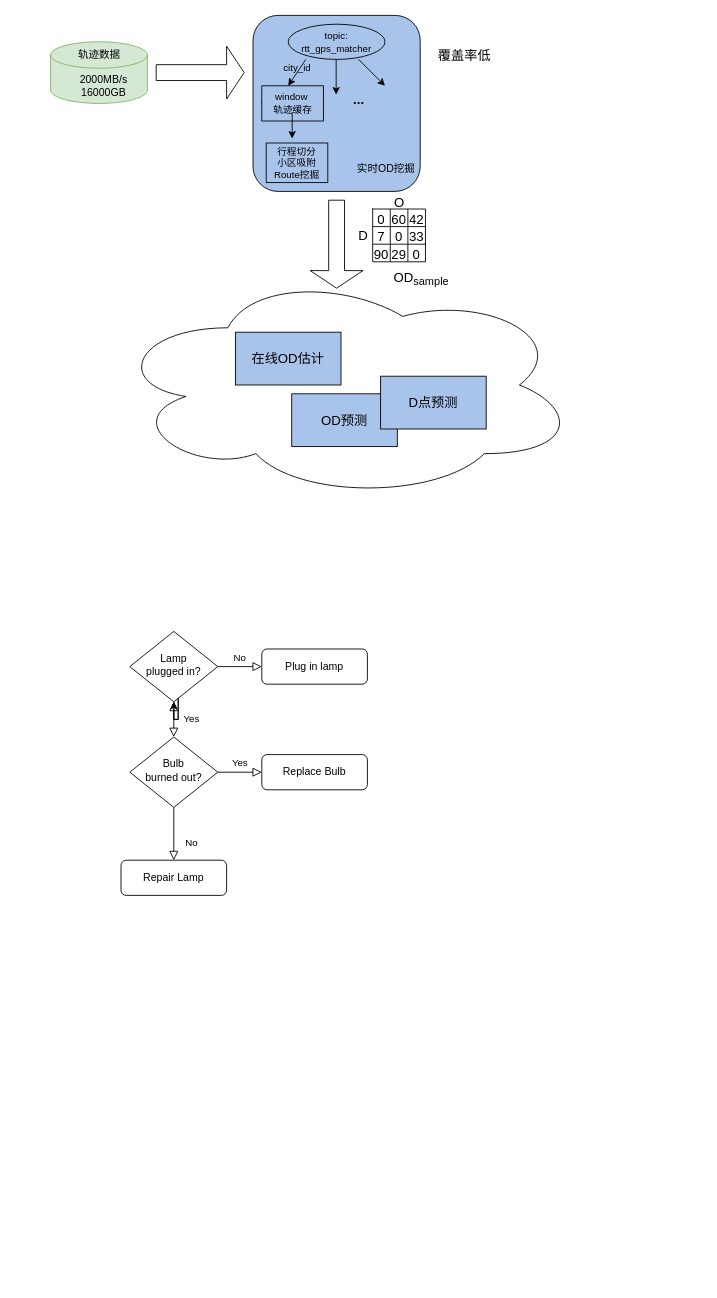
The draw.io diagram 未命名绘图.drawio in Launche/traffic-simulation, before the edit. Source tidied: cells renumbered, new cells numbered last; positions are measured from the earlier drawing's top-left corner, leaving out a move shared by most shapes. Both pictures are drawn from the tidied source at 88%, with x=0, y=0 at pixel (50, 15). Pictures stored in the file or linked from it are replaced by grey dashed boxes.
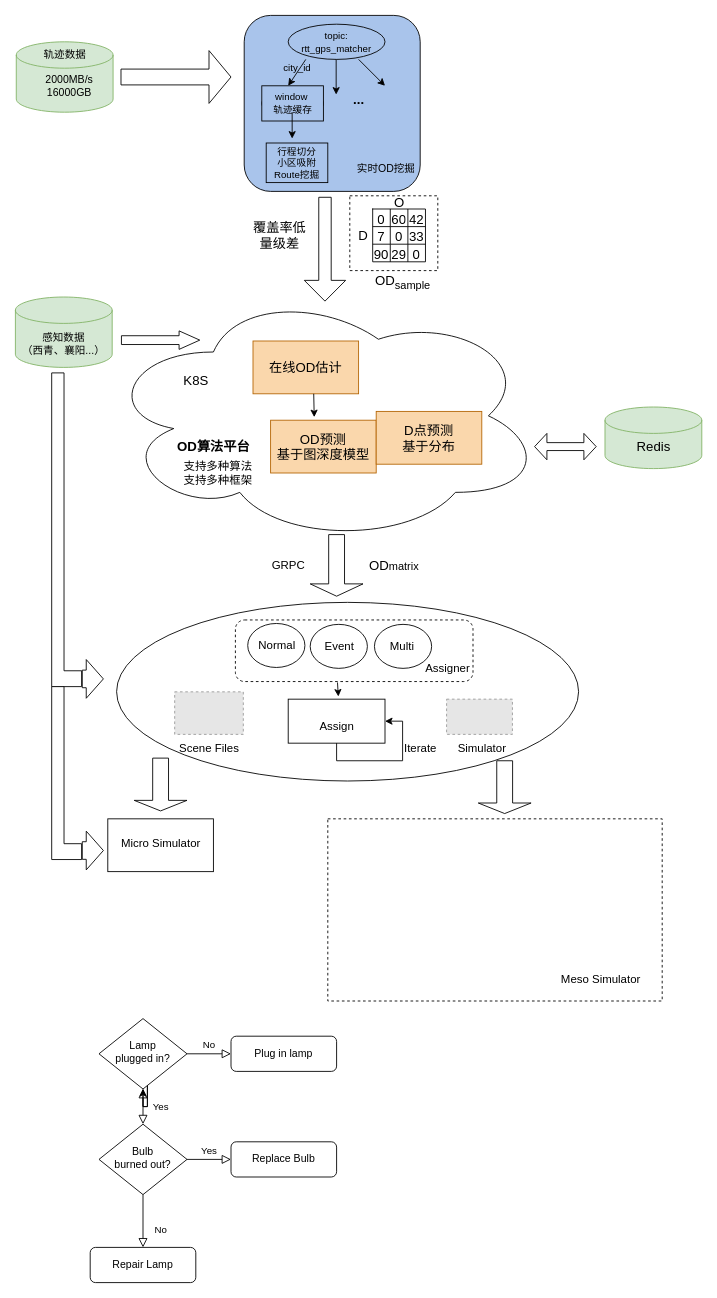
Above is the later version.

Commit message (it also covers changes not shown here):
更新未命名绘图.drawio

Change to the diagram source:
```diff
@@
+    <mxCell id="51" style="ellipse;whiteSpace=wrap;html=1;fontSize=13;strokeColor=default;fillColor=#FFFFFF;" parent="1" vertex="1">
+      <mxGeometry x="75" y="667" width="525" height="203" as="geometry" />
+    </mxCell>
+    <mxCell id="52" style="rounded=1;whiteSpace=wrap;html=1;fontSize=13;strokeColor=default;fillColor=#FFFFFF;dashed=1;" parent="1" vertex="1">
+      <mxGeometry x="210" y="687" width="270" height="70" as="geometry" />
+    </mxCell>
+    <mxCell id="53" style="whiteSpace=wrap;html=1;fontSize=15;strokeColor=default;fillColor=#FFFFFF;dashed=1;" parent="1" vertex="1">
+      <mxGeometry x="340" y="205" width="100" height="85" as="geometry" />
+    </mxCell>
     <mxCell id="2" style="rounded=0;html=1;jettySize=auto;fontSize=11;endArrow=block;endFill=0;endSize=8;strokeWidth=1;shadow=0;labelBackgroundColor=none;edgeStyle=orthogonalEdgeStyle;" parent="1" edge="1" target="6">
       <mxGeometry relative="1" as="geometry">
-        <mxPoint x="165" y="750" as="sourcePoint" />
+        <mxPoint x="130" y="1190" as="sourcePoint" />
       </mxGeometry>
     </mxCell>
     <mxCell id="3" style="edgeStyle=orthogonalEdgeStyle;rounded=0;jettySize=auto;html=1;" parent="1" edge="1" target="6">
       <mxGeometry relative="1" as="geometry">
-        <mxPoint x="165" y="750" as="sourcePoint" />
+        <mxPoint x="130" y="1190" as="sourcePoint" />
       </mxGeometry>
     </mxCell>
@@
     <mxCell id="6" value="Lamp&lt;br&gt;plugged in?" style="rhombus;whiteSpace=wrap;html=1;shadow=0;fontFamily=Helvetica;fontSize=12;align=center;strokeWidth=1;spacing=6;spacingTop=-4;" parent="1" vertex="1">
-      <mxGeometry x="90" y="700" width="100" height="80" as="geometry" />
+      <mxGeometry x="55" y="1140" width="100" height="80" as="geometry" />
     </mxCell>
     <mxCell id="7" value="Plug in lamp" style="rounded=1;whiteSpace=wrap;html=1;fontSize=12;glass=0;strokeWidth=1;shadow=0;" parent="1" vertex="1">
-      <mxGeometry x="240" y="720" width="120" height="40" as="geometry" />
+      <mxGeometry x="205" y="1160" width="120" height="40" as="geometry" />
     </mxCell>
@@
     <mxCell id="10" value="Bulb&lt;br&gt;burned out?" style="rhombus;whiteSpace=wrap;html=1;shadow=0;fontFamily=Helvetica;fontSize=12;align=center;strokeWidth=1;spacing=6;spacingTop=-4;" parent="1" vertex="1">
-      <mxGeometry x="90" y="820" width="100" height="80" as="geometry" />
+      <mxGeometry x="55" y="1260" width="100" height="80" as="geometry" />
     </mxCell>
     <mxCell id="11" value="Repair Lamp" style="rounded=1;whiteSpace=wrap;html=1;fontSize=12;glass=0;strokeWidth=1;shadow=0;" parent="1" vertex="1">
-      <mxGeometry x="80" y="960" width="120" height="40" as="geometry" />
+      <mxGeometry x="45" y="1400" width="120" height="40" as="geometry" />
     </mxCell>
     <mxCell id="12" value="Replace Bulb" style="rounded=1;whiteSpace=wrap;html=1;fontSize=12;glass=0;strokeWidth=1;shadow=0;" parent="1" vertex="1">
-      <mxGeometry x="240" y="840" width="120" height="40" as="geometry" />
+      <mxGeometry x="205" y="1280" width="120" height="40" as="geometry" />
     </mxCell>
     <mxCell id="13" style="ellipse;shape=cloud;whiteSpace=wrap;html=1;" parent="1" vertex="1">
-      <mxGeometry x="69" y="290" width="530" height="260" as="geometry" />
+      <mxGeometry x="60" y="310" width="500" height="290" as="geometry" />
     </mxCell>
     <mxCell id="14" style="shape=cylinder3;whiteSpace=wrap;html=1;boundedLbl=1;backgroundOutline=1;size=15;fillColor=#d5e8d4;strokeColor=#82b366;" parent="1" vertex="1">
-      <mxGeometry y="30" width="110" height="70" as="geometry" />
+      <mxGeometry x="-39" y="30" width="110" height="80" as="geometry" />
     </mxCell>
     <mxCell id="15" value="&lt;br&gt;&lt;span style=&quot;background-color: initial;&quot;&gt;2000MB/s &lt;br&gt;16000GB&lt;/span&gt;&lt;div&gt;&lt;br&gt;&lt;/div&gt;" style="text;html=1;align=center;verticalAlign=middle;strokeColor=none;fillColor=none;" parent="1" vertex="1">
-      <mxGeometry x="20" y="45" width="80" height="70" as="geometry" />
+      <mxGeometry x="-19" y="45" width="80" height="70" as="geometry" />
     </mxCell>
     <mxCell id="16" value="轨迹数据" style="text;html=1;align=center;verticalAlign=middle;strokeColor=none;fillColor=none;" parent="1" vertex="1">
-      <mxGeometry x="20" y="30" width="70" height="30" as="geometry" />
+      <mxGeometry x="-19" y="30" width="70" height="30" as="geometry" />
     </mxCell>
-    <mxCell id="17" style="shape=singleArrow;whiteSpace=wrap;html=1;" parent="1" vertex="1">
-      <mxGeometry x="120" y="35" width="100" height="60" as="geometry" />
-    </mxCell>
     <mxCell id="18" style="rounded=1;whiteSpace=wrap;html=1;fillColor=#A9C4EB;" parent="1" vertex="1">
-      <mxGeometry x="230" width="190" height="200" as="geometry" />
+      <mxGeometry x="220" width="200" height="200" as="geometry" />
     </mxCell>
@@
     <mxCell id="30" style="shape=singleArrow;whiteSpace=wrap;html=1;rotation=90;" parent="1" vertex="1">
-      <mxGeometry x="275" y="230" width="100" height="60" as="geometry" />
+      <mxGeometry x="252.8" y="242.2" width="118" height="47" as="geometry" />
     </mxCell>
-    <mxCell id="31" value="在线OD估计" style="whiteSpace=wrap;html=1;fontSize=15;strokeColor=default;fillColor=#A9C4EB;" parent="1" vertex="1">
-      <mxGeometry x="210" y="360" width="120" height="60" as="geometry" />
+    <mxCell id="31" value="在线OD估计" style="whiteSpace=wrap;html=1;fontSize=15;strokeColor=#b46504;fillColor=#fad7ac;" parent="1" vertex="1">
+      <mxGeometry x="230" y="370" width="120" height="60" as="geometry" />
     </mxCell>
@@
-    <mxCell id="47" value="OD预测" style="whiteSpace=wrap;html=1;fontSize=15;strokeColor=default;fillColor=#A9C4EB;" parent="1" vertex="1">
-      <mxGeometry x="274" y="430" width="120" height="60" as="geometry" />
+    <mxCell id="47" value="OD预测&lt;br&gt;基于图深度模型" style="whiteSpace=wrap;html=1;fontSize=15;strokeColor=#b46504;fillColor=#fad7ac;" parent="1" vertex="1">
+      <mxGeometry x="250" y="460" width="120" height="60" as="geometry" />
     </mxCell>
-    <mxCell id="48" value="D点预测" style="whiteSpace=wrap;html=1;fontSize=15;strokeColor=default;fillColor=#A9C4EB;" parent="1" vertex="1">
-      <mxGeometry x="375" y="410" width="120" height="60" as="geometry" />
+    <mxCell id="48" value="D点预测&lt;br&gt;基于分布" style="whiteSpace=wrap;html=1;fontSize=15;strokeColor=#b46504;fillColor=#fad7ac;" parent="1" vertex="1">
+      <mxGeometry x="370" y="450" width="120" height="60" as="geometry" />
     </mxCell>
-    <mxCell id="49" value="覆盖率低" style="text;html=1;align=center;verticalAlign=middle;strokeColor=none;fillColor=none;fontSize=15;" parent="1" vertex="1">
-      <mxGeometry x="430" y="30" width="80" height="30" as="geometry" />
+    <mxCell id="49" value="覆盖率低&lt;br&gt;量级差" style="text;html=1;align=center;verticalAlign=middle;strokeColor=none;fillColor=none;fontSize=15;" parent="1" vertex="1">
+      <mxGeometry x="220" y="225" width="80" height="50" as="geometry" />
     </mxCell>
     <mxCell id="50" value="OD&lt;sub&gt;sample&lt;/sub&gt;" style="text;html=1;align=center;verticalAlign=middle;strokeColor=none;fillColor=none;fontSize=15;" parent="1" vertex="1">
-      <mxGeometry x="376" y="284" width="90" height="30" as="geometry" />
+      <mxGeometry x="355" y="288" width="90" height="30" as="geometry" />
     </mxCell>
+    <mxCell id="54" style="endArrow=classic;html=1;rounded=0;fontSize=15;entryX=0.413;entryY=-0.058;entryDx=0;entryDy=0;entryPerimeter=0;" parent="1" edge="1" target="47">
+      <mxGeometry relative="1" as="geometry">
+        <mxPoint x="299" y="430" as="sourcePoint" />
+      </mxGeometry>
+    </mxCell>
+    <mxCell id="55" value="&lt;font style=&quot;&quot;&gt;&lt;font style=&quot;font-size: 15px;&quot;&gt;&lt;b&gt;OD算法平台&lt;/b&gt;&lt;/font&gt;&lt;br&gt;&lt;/font&gt;" style="text;html=1;align=center;verticalAlign=middle;strokeColor=none;fillColor=none;" parent="1" vertex="1">
+      <mxGeometry x="130" y="475" width="110" height="30" as="geometry" />
+    </mxCell>
+    <mxCell id="56" value="K8S" style="text;html=1;align=center;verticalAlign=middle;strokeColor=none;fillColor=none;fontSize=15;" parent="1" vertex="1">
+      <mxGeometry x="140" y="400" width="50" height="30" as="geometry" />
+    </mxCell>
+    <mxCell id="57" style="shape=doubleArrow;whiteSpace=wrap;html=1;fontSize=14;strokeColor=default;fillColor=#FFFFFF;" parent="1" vertex="1">
+      <mxGeometry x="550" y="475" width="70" height="30" as="geometry" />
+    </mxCell>
+    <mxCell id="58" style="shape=cylinder3;whiteSpace=wrap;html=1;boundedLbl=1;backgroundOutline=1;size=15;fillColor=#d5e8d4;strokeColor=#82b366;" parent="1" vertex="1">
+      <mxGeometry x="630" y="445" width="110" height="70" as="geometry" />
+    </mxCell>
+    <mxCell id="59" value="&lt;font style=&quot;font-size: 15px;&quot;&gt;Redis&lt;/font&gt;" style="text;html=1;align=center;verticalAlign=middle;strokeColor=none;fillColor=none;fontSize=14;" parent="1" vertex="1">
+      <mxGeometry x="655" y="475" width="60" height="30" as="geometry" />
+    </mxCell>
+    <mxCell id="60" style="shape=singleArrow;whiteSpace=wrap;html=1;fontSize=15;strokeColor=default;fillColor=#FFFFFF;" parent="1" vertex="1">
+      <mxGeometry x="80" y="40" width="125" height="60" as="geometry" />
+    </mxCell>
+    <mxCell id="61" style="shape=singleArrow;direction=south;whiteSpace=wrap;html=1;fontSize=15;strokeColor=default;fillColor=#FFFFFF;" parent="1" vertex="1">
+      <mxGeometry x="295" y="590" width="60" height="70" as="geometry" />
+    </mxCell>
+    <mxCell id="62" value="&lt;font style=&quot;font-size: 13px;&quot;&gt;支持多种算法&lt;br style=&quot;&quot;&gt;支持多种框架&lt;/font&gt;" style="text;html=1;align=center;verticalAlign=middle;strokeColor=none;fillColor=none;fontSize=12;" parent="1" vertex="1">
+      <mxGeometry x="140" y="500" width="100" height="40" as="geometry" />
+    </mxCell>
+    <mxCell id="63" value="GRPC" style="text;html=1;align=center;verticalAlign=middle;strokeColor=none;fillColor=none;fontSize=13;" parent="1" vertex="1">
+      <mxGeometry x="240" y="610" width="60" height="30" as="geometry" />
+    </mxCell>
+    <mxCell id="64" value="OD&lt;span style=&quot;font-size: 12.5px;&quot;&gt;matrix&lt;/span&gt;" style="text;html=1;align=center;verticalAlign=middle;strokeColor=none;fillColor=none;fontSize=15;" parent="1" vertex="1">
+      <mxGeometry x="350" y="610" width="80" height="30" as="geometry" />
+    </mxCell>
+    <mxCell id="65" style="ellipse;whiteSpace=wrap;html=1;fontSize=13;strokeColor=default;fillColor=#FFFFFF;" parent="1" vertex="1">
+      <mxGeometry x="224" y="691" width="65" height="50" as="geometry" />
+    </mxCell>
+    <mxCell id="66" value="Normal" style="text;html=1;align=center;verticalAlign=middle;strokeColor=none;fillColor=none;fontSize=13;" parent="1" vertex="1">
+      <mxGeometry x="221.5" y="701" width="70" height="30" as="geometry" />
+    </mxCell>
+    <mxCell id="67" style="ellipse;whiteSpace=wrap;html=1;fontSize=13;strokeColor=default;fillColor=#FFFFFF;" parent="1" vertex="1">
+      <mxGeometry x="295" y="692" width="65" height="50" as="geometry" />
+    </mxCell>
+    <mxCell id="68" value="Event" style="text;html=1;align=center;verticalAlign=middle;strokeColor=none;fillColor=none;fontSize=13;" parent="1" vertex="1">
+      <mxGeometry x="297.5" y="702" width="60" height="30" as="geometry" />
+    </mxCell>
+    <mxCell id="69" style="ellipse;whiteSpace=wrap;html=1;fontSize=13;strokeColor=default;fillColor=#FFFFFF;" parent="1" vertex="1">
+      <mxGeometry x="368" y="692" width="65" height="50" as="geometry" />
+    </mxCell>
+    <mxCell id="70" value="Multi&amp;nbsp;" style="text;html=1;align=center;verticalAlign=middle;strokeColor=none;fillColor=none;fontSize=13;" parent="1" vertex="1">
+      <mxGeometry x="375.5" y="702" width="50" height="30" as="geometry" />
+    </mxCell>
+    <mxCell id="71" value="Assigner" style="text;html=1;align=center;verticalAlign=middle;strokeColor=none;fillColor=none;fontSize=13;" parent="1" vertex="1">
+      <mxGeometry x="416" y="727" width="70" height="30" as="geometry" />
+    </mxCell>
+    <mxCell id="72" style="whiteSpace=wrap;html=1;fontSize=13;strokeColor=default;fillColor=#FFFFFF;" parent="1" vertex="1">
+      <mxGeometry x="270" y="777" width="110" height="50" as="geometry" />
+    </mxCell>
+    <mxCell id="73" style="whiteSpace=wrap;html=1;fontSize=13;strokeColor=default;fillColor=#FFFFFF;" parent="1" vertex="1">
+      <mxGeometry x="65" y="913" width="120" height="60" as="geometry" />
+    </mxCell>
+    <mxCell id="74" value="Assign" style="text;html=1;align=center;verticalAlign=middle;strokeColor=none;fillColor=none;fontSize=13;" parent="1" vertex="1">
+      <mxGeometry x="295" y="792" width="60" height="30" as="geometry" />
+    </mxCell>
+    <mxCell id="75" style="edgeStyle=orthogonalEdgeStyle;rounded=0;orthogonalLoop=1;jettySize=auto;html=1;exitX=0.5;exitY=1;exitDx=0;exitDy=0;entryX=1;entryY=0.5;entryDx=0;entryDy=0;fontSize=13;" parent="1" edge="1" source="72" target="72">
+      <mxGeometry relative="1" as="geometry" />
+    </mxCell>
+    <mxCell id="76" value="Iterate" style="text;html=1;align=center;verticalAlign=middle;strokeColor=none;fillColor=none;fontSize=13;" parent="1" vertex="1">
+      <mxGeometry x="390" y="817" width="60" height="30" as="geometry" />
+    </mxCell>
+    <mxCell id="77" style="fillColor=#E6E6E6;strokeColor=#999999;dashed=1;verticalLabelPosition=bottom;labelBackgroundColor=default;verticalAlign=top;" parent="1" vertex="1">
+      <mxGeometry x="141" y="768.7" width="78" height="48.3" as="geometry" />
+    </mxCell>
+    <mxCell id="78" style="fillColor=#E6E6E6;strokeColor=#999999;dashed=1;verticalLabelPosition=bottom;labelBackgroundColor=default;verticalAlign=top;" parent="1" vertex="1">
+      <mxGeometry x="450" y="777" width="74.8" height="40" as="geometry" />
+    </mxCell>
+    <mxCell id="79" style="endArrow=classic;html=1;rounded=0;fontSize=13;" parent="1" edge="1">
+      <mxGeometry relative="1" as="geometry">
+        <mxPoint x="326" y="758" as="sourcePoint" />
+        <mxPoint x="327" y="774" as="targetPoint" />
+      </mxGeometry>
+    </mxCell>
+    <mxCell id="80" value="Simulator" style="text;html=1;align=center;verticalAlign=middle;strokeColor=none;fillColor=none;fontSize=13;" parent="1" vertex="1">
+      <mxGeometry x="450" y="817" width="80" height="30" as="geometry" />
+    </mxCell>
+    <mxCell id="81" value="Scene Files" style="text;html=1;align=center;verticalAlign=middle;strokeColor=none;fillColor=none;fontSize=13;" parent="1" vertex="1">
+      <mxGeometry x="135" y="817" width="90" height="30" as="geometry" />
+    </mxCell>
+    <mxCell id="82" style="shape=singleArrow;direction=south;whiteSpace=wrap;html=1;fontSize=13;strokeColor=default;fillColor=#FFFFFF;" parent="1" vertex="1">
+      <mxGeometry x="95" y="844" width="60" height="60" as="geometry" />
+    </mxCell>
+    <mxCell id="83" value="Micro Simulator" style="text;html=1;align=center;verticalAlign=middle;strokeColor=none;fillColor=none;fontSize=13;" parent="1" vertex="1">
+      <mxGeometry x="70" y="925" width="110" height="30" as="geometry" />
+    </mxCell>
+    <mxCell id="84" value="感知数据&lt;br&gt;（西青、襄阳...）" style="shape=cylinder3;whiteSpace=wrap;html=1;boundedLbl=1;backgroundOutline=1;size=15;fillColor=#d5e8d4;strokeColor=#82b366;" parent="1" vertex="1">
+      <mxGeometry x="-40" y="320" width="110" height="80" as="geometry" />
+    </mxCell>
+    <mxCell id="85" style="shape=flexArrow;endArrow=classic;html=1;rounded=0;fontSize=13;endWidth=10;endSize=7.5;" parent="1" edge="1">
+      <mxGeometry relative="1" as="geometry">
+        <mxPoint x="80" y="369" as="sourcePoint" />
+        <mxPoint x="170" y="369" as="targetPoint" />
+      </mxGeometry>
+    </mxCell>
+    <mxCell id="86" style="shape=corner;whiteSpace=wrap;html=1;fontSize=13;strokeColor=default;fillColor=#FFFFFF;rotation=-90;dx=18;dy=14;" parent="1" vertex="1">
+      <mxGeometry x="-160" y="567.5" width="356.5" height="34" as="geometry" />
+    </mxCell>
+    <mxCell id="87" style="shape=singleArrow;whiteSpace=wrap;html=1;fontSize=13;strokeColor=default;fillColor=#FFFFFF;arrowWidth=0.45454545454545453;arrowSize=0.8125;" parent="1" vertex="1">
+      <mxGeometry x="36" y="732" width="24" height="44" as="geometry" />
+    </mxCell>
+    <mxCell id="88" style="shape=corner;whiteSpace=wrap;html=1;fontSize=13;strokeColor=default;fillColor=#FFFFFF;rotation=-90;dx=18;dy=14;" parent="1" vertex="1">
+      <mxGeometry x="-80" y="844" width="196.5" height="34" as="geometry" />
+    </mxCell>
+    <mxCell id="89" style="shape=singleArrow;whiteSpace=wrap;html=1;fontSize=13;strokeColor=default;fillColor=#FFFFFF;arrowWidth=0.45454545454545453;arrowSize=0.8125;" parent="1" vertex="1">
+      <mxGeometry x="36" y="927" width="24" height="44" as="geometry" />
+    </mxCell>
+    <mxCell id="90" style="shape=singleArrow;direction=south;whiteSpace=wrap;html=1;fontSize=13;strokeColor=default;fillColor=#FFFFFF;" parent="1" vertex="1">
+      <mxGeometry x="486" y="847" width="60" height="60" as="geometry" />
+    </mxCell>
+    <mxCell id="91" style="whiteSpace=wrap;html=1;fontSize=13;strokeColor=default;fillColor=#FFFFFF;dashed=1;" parent="1" vertex="1">
+      <mxGeometry x="315" y="913" width="380" height="207" as="geometry" />
+    </mxCell>
+    <mxCell id="92" value="Meso Simulator" style="text;html=1;align=center;verticalAlign=middle;strokeColor=none;fillColor=none;fontSize=13;" parent="1" vertex="1">
+      <mxGeometry x="570" y="1080" width="110" height="30" as="geometry" />
+    </mxCell>
```
